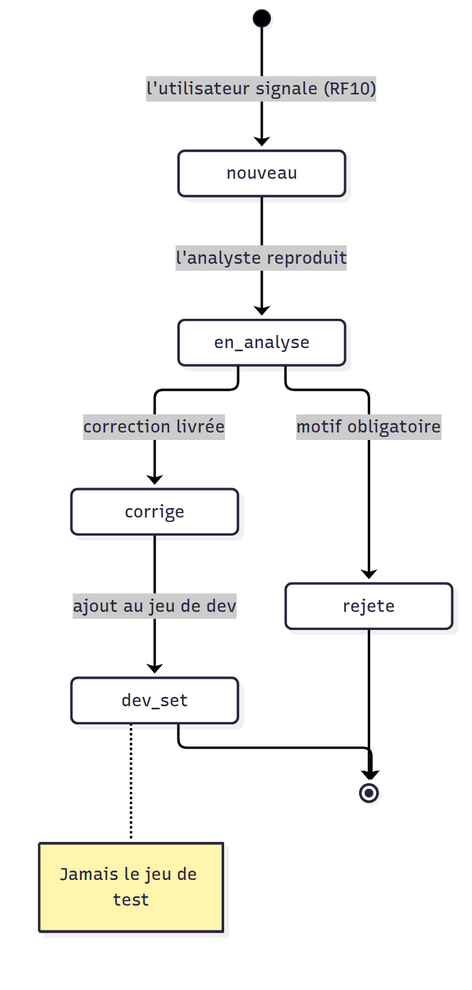
Before: docs/diagrams/png/11-signalement.png, a diagram exported from Mermaid (justefrank/decision-agent-IA). Its source is kept beside it as docs/diagrams/11-signalement.mmd.
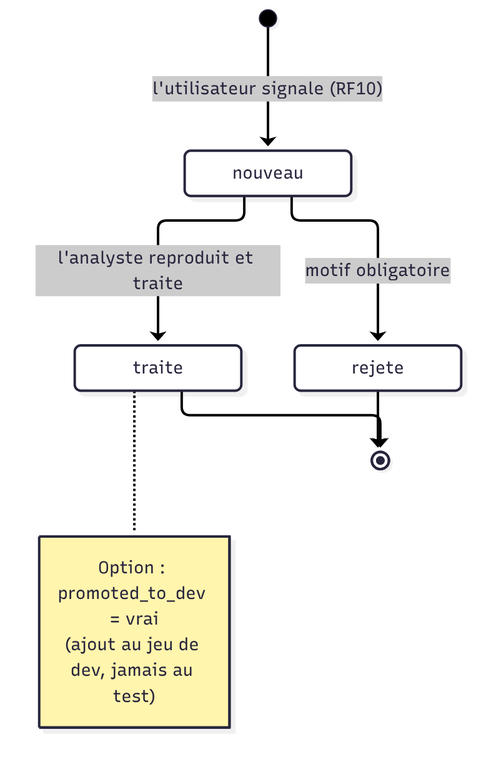
After the change.

The edit, as a diff of the source:
```diff
@@ -1,11 +1,10 @@
 stateDiagram-v2
   [*] --> nouveau: l'utilisateur signale (RF10)
-  nouveau --> en_analyse: l'analyste reproduit
-  en_analyse --> corrige: correction livrée
-  en_analyse --> rejete: motif obligatoire
-  corrige --> dev_set: ajout au jeu de dev
+  nouveau --> traite: l'analyste reproduit et traite
+  nouveau --> rejete: motif obligatoire
+  traite --> [*]
   rejete --> [*]
-  dev_set --> [*]
-  note right of dev_set
-    Jamais le jeu de test
+  note right of traite
+    Option : promoted_to_dev = vrai
+    (ajout au jeu de dev, jamais au test)
   end note
```
